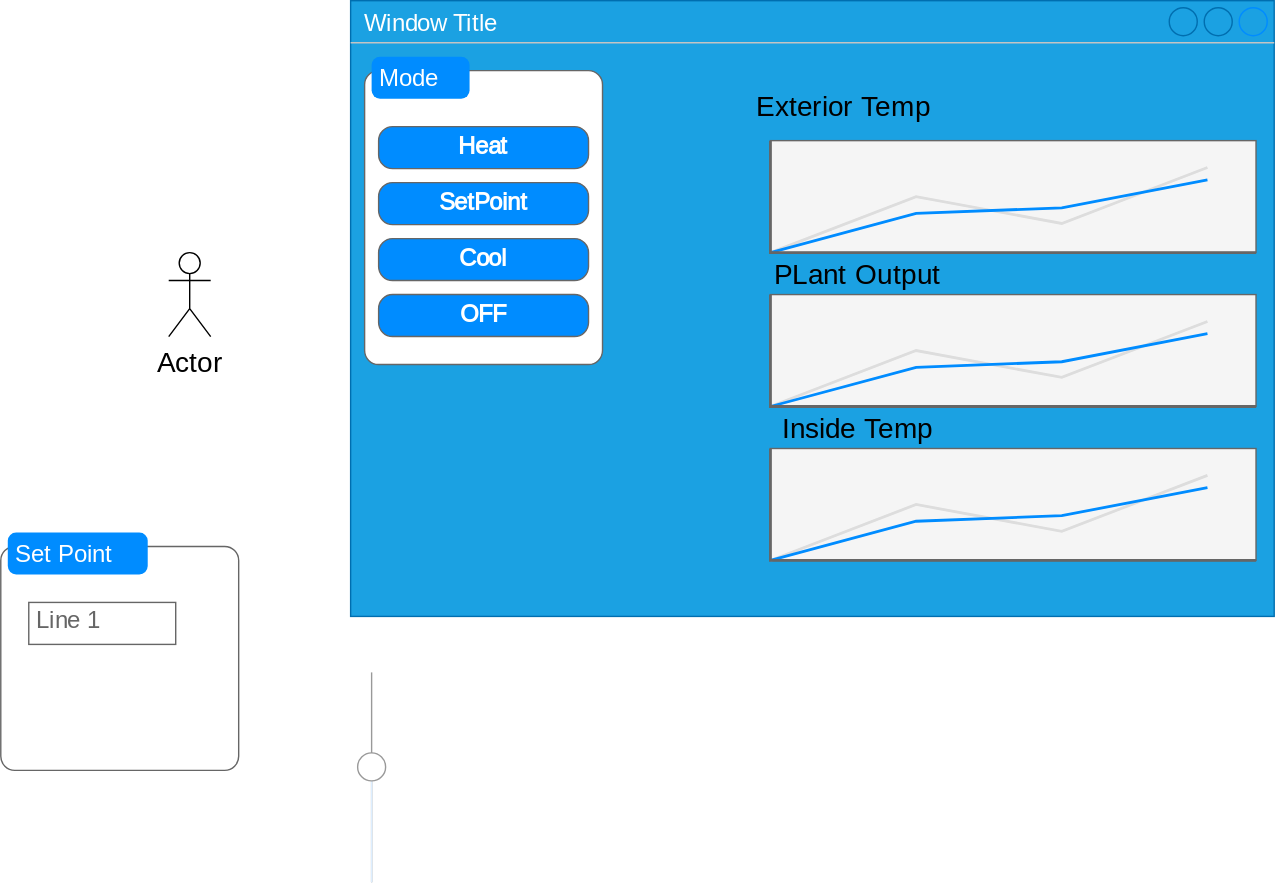
Above: doc/ux.drawio.svg in loumcnamee/state_controller (draw.io), before the change. Source tidied: cells renumbered, new cells last; positions are measured from the earlier drawing's top-left corner, leaving out a move shared by most shapes.
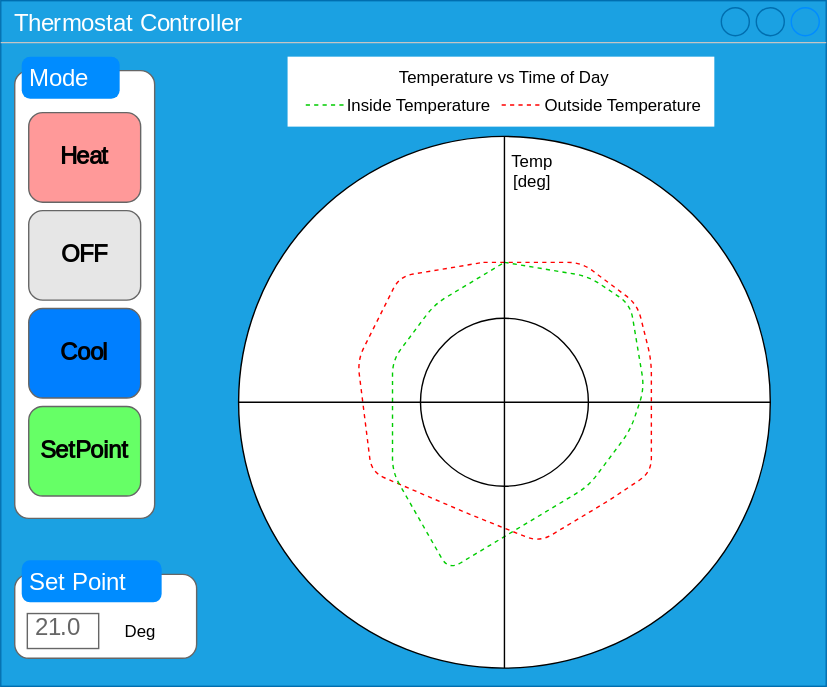
The same file after the commit.

Commit message:
Update GUI mockup for polar plot and revised state machine

What changed in the source:
```diff
@@ -2,59 +2,113 @@
   <root>
     <mxCell id="0" />
     <mxCell id="1" parent="0" />
-    <mxCell id="2" value="Actor" style="shape=umlActor;verticalLabelPosition=bottom;verticalAlign=top;html=1;hachureGap=4;fontFamily=Architects Daughter;fontSource=https%3A%2F%2Ffonts.googleapis.com%2Fcss%3Ffamily%3DArchitects%2BDaughter;fontSize=20;" parent="1" vertex="1">
-      <mxGeometry x="120" y="180" width="30" height="60" as="geometry" />
-    </mxCell>
-    <mxCell id="3" value="Window Title" style="strokeWidth=1;shadow=0;dashed=0;align=center;html=1;shape=mxgraph.mockup.containers.window;align=left;verticalAlign=top;spacingLeft=8;strokeColor2=#008cff;strokeColor3=#c4c4c4;fontColor=#ffffff;mainText=;fontSize=17;labelBackgroundColor=none;hachureGap=4;fontFamily=Architects Daughter;fontSource=https%3A%2F%2Ffonts.googleapis.com%2Fcss%3Ffamily%3DArchitects%2BDaughter;fillColor=#1ba1e2;strokeColor=#006EAF;" parent="1" vertex="1">
-      <mxGeometry x="250" width="660" height="440" as="geometry" />
+    <mxCell id="3" value="Thermostat Controller" style="strokeWidth=1;shadow=0;dashed=0;align=center;html=1;shape=mxgraph.mockup.containers.window;align=left;verticalAlign=top;spacingLeft=8;strokeColor2=#008cff;strokeColor3=#c4c4c4;fontColor=#ffffff;mainText=;fontSize=17;labelBackgroundColor=none;hachureGap=4;fontFamily=Architects Daughter;fontSource=https%3A%2F%2Ffonts.googleapis.com%2Fcss%3Ffamily%3DArchitects%2BDaughter;fillColor=#1ba1e2;strokeColor=#006EAF;" parent="1" vertex="1">
+      <mxGeometry x="250" width="590" height="490" as="geometry" />
     </mxCell>
-    <mxCell id="4" style="verticalLabelPosition=bottom;shadow=0;dashed=0;align=center;html=1;verticalAlign=top;strokeWidth=1;shape=mxgraph.mockup.graphics.lineChart;strokeColor=#666666;strokeColor2=#666666;strokeColor3=#008cff;strokeColor4=#dddddd;hachureGap=4;fontFamily=Architects Daughter;fontSource=https%3A%2F%2Ffonts.googleapis.com%2Fcss%3Ffamily%3DArchitects%2BDaughter;fontSize=20;fillColor=#f5f5f5;fontColor=#333333;" parent="1" vertex="1">
-      <mxGeometry x="550" y="100" width="347" height="80" as="geometry" />
-    </mxCell>
-    <mxCell id="5" style="verticalLabelPosition=bottom;shadow=0;dashed=0;align=center;html=1;verticalAlign=top;strokeWidth=1;shape=mxgraph.mockup.graphics.lineChart;strokeColor=#666666;strokeColor2=#666666;strokeColor3=#008cff;strokeColor4=#dddddd;hachureGap=4;fontFamily=Architects Daughter;fontSource=https%3A%2F%2Ffonts.googleapis.com%2Fcss%3Ffamily%3DArchitects%2BDaughter;fontSize=20;fillColor=#f5f5f5;fontColor=#333333;" parent="1" vertex="1">
-      <mxGeometry x="550" y="210" width="347" height="80" as="geometry" />
-    </mxCell>
-    <mxCell id="6" style="verticalLabelPosition=bottom;shadow=0;dashed=0;align=center;html=1;verticalAlign=top;strokeWidth=1;shape=mxgraph.mockup.graphics.lineChart;strokeColor=#666666;strokeColor2=#666666;strokeColor3=#008cff;strokeColor4=#dddddd;hachureGap=4;fontFamily=Architects Daughter;fontSource=https%3A%2F%2Ffonts.googleapis.com%2Fcss%3Ffamily%3DArchitects%2BDaughter;fontSize=20;fillColor=#f5f5f5;fontColor=#333333;" parent="1" vertex="1">
-      <mxGeometry x="550" y="320" width="347" height="80" as="geometry" />
-    </mxCell>
-    <mxCell id="7" value="Exterior Temp" style="text;html=1;strokeColor=none;fillColor=none;align=center;verticalAlign=middle;whiteSpace=wrap;rounded=0;hachureGap=4;fontFamily=Architects Daughter;fontSource=https%3A%2F%2Ffonts.googleapis.com%2Fcss%3Ffamily%3DArchitects%2BDaughter;fontSize=20;" parent="1" vertex="1">
-      <mxGeometry x="504.5" y="60" width="195" height="30" as="geometry" />
-    </mxCell>
-    <mxCell id="8" value="PLant Output" style="text;html=1;strokeColor=none;fillColor=none;align=center;verticalAlign=middle;whiteSpace=wrap;rounded=0;hachureGap=4;fontFamily=Architects Daughter;fontSource=https%3A%2F%2Ffonts.googleapis.com%2Fcss%3Ffamily%3DArchitects%2BDaughter;fontSize=20;" parent="1" vertex="1">
-      <mxGeometry x="514.5" y="180" width="195" height="30" as="geometry" />
-    </mxCell>
-    <mxCell id="9" value="Inside Temp" style="text;html=1;strokeColor=none;fillColor=none;align=center;verticalAlign=middle;whiteSpace=wrap;rounded=0;hachureGap=4;fontFamily=Architects Daughter;fontSource=https%3A%2F%2Ffonts.googleapis.com%2Fcss%3Ffamily%3DArchitects%2BDaughter;fontSize=20;" parent="1" vertex="1">
-      <mxGeometry x="514.5" y="290" width="195" height="30" as="geometry" />
-    </mxCell>
     <mxCell id="10" style="shape=mxgraph.mockup.containers.marginRect;rectMarginTop=10;strokeColor=#666666;strokeWidth=1;dashed=0;rounded=1;arcSize=5;hachureGap=4;fontFamily=Architects Daughter;fontSource=https%3A%2F%2Ffonts.googleapis.com%2Fcss%3Ffamily%3DArchitects%2BDaughter;fontSize=20;" parent="1" vertex="1">
-      <mxGeometry x="260" y="40" width="170" height="220" as="geometry" />
+      <mxGeometry x="260" y="40" width="100" height="330" as="geometry" />
     </mxCell>
     <mxCell id="11" value="Mode" style="shape=rect;strokeColor=none;fillColor=#008cff;strokeWidth=1;dashed=0;rounded=1;arcSize=20;fontColor=#ffffff;fontSize=17;spacing=2;spacingTop=-2;align=left;spacingLeft=4;perimeter=none;hachureGap=4;fontFamily=Architects Daughter;fontSource=https%3A%2F%2Ffonts.googleapis.com%2Fcss%3Ffamily%3DArchitects%2BDaughter;" parent="10" vertex="1">
       <mxGeometry x="5" width="70" height="30" as="geometry" />
     </mxCell>
-    <mxCell id="12" value="Heat" style="strokeWidth=1;shadow=0;dashed=0;align=center;html=1;shape=mxgraph.mockup.buttons.button;strokeColor=#666666;fontColor=#ffffff;mainText=;buttonStyle=round;fontSize=17;fontStyle=1;fillColor=#008cff;whiteSpace=wrap;hachureGap=4;fontFamily=Architects Daughter;fontSource=https%3A%2F%2Ffonts.googleapis.com%2Fcss%3Ffamily%3DArchitects%2BDaughter;" parent="10" vertex="1">
-      <mxGeometry x="10" y="50" width="150" height="30" as="geometry" />
+    <mxCell id="12" value="Heat" style="strokeWidth=1;shadow=0;dashed=0;align=center;html=1;shape=mxgraph.mockup.buttons.button;strokeColor=#666666;fontColor=#000000;mainText=;buttonStyle=round;fontSize=17;fontStyle=1;fillColor=#FF9999;whiteSpace=wrap;hachureGap=4;fontFamily=Architects Daughter;fontSource=https%3A%2F%2Ffonts.googleapis.com%2Fcss%3Ffamily%3DArchitects%2BDaughter;" parent="10" vertex="1">
+      <mxGeometry x="10" y="40" width="80" height="64" as="geometry" />
     </mxCell>
-    <mxCell id="13" value="Cool" style="strokeWidth=1;shadow=0;dashed=0;align=center;html=1;shape=mxgraph.mockup.buttons.button;strokeColor=#666666;fontColor=#ffffff;mainText=;buttonStyle=round;fontSize=17;fontStyle=1;fillColor=#008cff;whiteSpace=wrap;hachureGap=4;fontFamily=Architects Daughter;fontSource=https%3A%2F%2Ffonts.googleapis.com%2Fcss%3Ffamily%3DArchitects%2BDaughter;" parent="10" vertex="1">
-      <mxGeometry x="10" y="130" width="150" height="30" as="geometry" />
+    <mxCell id="13" value="Cool" style="strokeWidth=1;shadow=0;dashed=0;align=center;html=1;shape=mxgraph.mockup.buttons.button;strokeColor=#666666;fontColor=#000000;mainText=;buttonStyle=round;fontSize=17;fontStyle=1;fillColor=#007FFF;whiteSpace=wrap;hachureGap=4;fontFamily=Architects Daughter;fontSource=https%3A%2F%2Ffonts.googleapis.com%2Fcss%3Ffamily%3DArchitects%2BDaughter;" parent="10" vertex="1">
+      <mxGeometry x="10" y="180" width="80" height="64" as="geometry" />
     </mxCell>
-    <mxCell id="14" value="OFF" style="strokeWidth=1;shadow=0;dashed=0;align=center;html=1;shape=mxgraph.mockup.buttons.button;strokeColor=#666666;fontColor=#ffffff;mainText=;buttonStyle=round;fontSize=17;fontStyle=1;fillColor=#008cff;whiteSpace=wrap;hachureGap=4;fontFamily=Architects Daughter;fontSource=https%3A%2F%2Ffonts.googleapis.com%2Fcss%3Ffamily%3DArchitects%2BDaughter;" parent="10" vertex="1">
-      <mxGeometry x="10" y="170" width="150" height="30" as="geometry" />
+    <mxCell id="14" value="OFF" style="strokeWidth=1;shadow=0;dashed=0;align=center;html=1;shape=mxgraph.mockup.buttons.button;strokeColor=#666666;fontColor=#000000;mainText=;buttonStyle=round;fontSize=17;fontStyle=1;fillColor=#E6E6E6;whiteSpace=wrap;hachureGap=4;fontFamily=Architects Daughter;fontSource=https%3A%2F%2Ffonts.googleapis.com%2Fcss%3Ffamily%3DArchitects%2BDaughter;" parent="10" vertex="1">
+      <mxGeometry x="10" y="110" width="80" height="64" as="geometry" />
     </mxCell>
-    <mxCell id="15" value="SetPoint" style="strokeWidth=1;shadow=0;dashed=0;align=center;html=1;shape=mxgraph.mockup.buttons.button;strokeColor=#666666;fontColor=#ffffff;mainText=;buttonStyle=round;fontSize=17;fontStyle=1;fillColor=#008cff;whiteSpace=wrap;hachureGap=4;fontFamily=Architects Daughter;fontSource=https%3A%2F%2Ffonts.googleapis.com%2Fcss%3Ffamily%3DArchitects%2BDaughter;" parent="10" vertex="1">
-      <mxGeometry x="10" y="90" width="150" height="30" as="geometry" />
+    <mxCell id="15" value="SetPoint" style="strokeWidth=1;shadow=0;dashed=0;align=center;html=1;shape=mxgraph.mockup.buttons.button;strokeColor=#666666;fontColor=#000000;mainText=;buttonStyle=round;fontSize=17;fontStyle=1;fillColor=#66FF66;whiteSpace=wrap;hachureGap=4;fontFamily=Architects Daughter;fontSource=https%3A%2F%2Ffonts.googleapis.com%2Fcss%3Ffamily%3DArchitects%2BDaughter;" parent="10" vertex="1">
+      <mxGeometry x="10" y="250" width="80" height="64" as="geometry" />
     </mxCell>
     <mxCell id="16" style="shape=mxgraph.mockup.containers.marginRect;rectMarginTop=10;strokeColor=#666666;strokeWidth=1;dashed=0;rounded=1;arcSize=5;hachureGap=4;fontFamily=Architects Daughter;fontSource=https%3A%2F%2Ffonts.googleapis.com%2Fcss%3Ffamily%3DArchitects%2BDaughter;fontSize=20;" parent="1" vertex="1">
-      <mxGeometry y="380" width="170" height="170" as="geometry" />
+      <mxGeometry x="260" y="400" width="130" height="70" as="geometry" />
     </mxCell>
     <mxCell id="17" value="Set Point" style="shape=rect;strokeColor=none;fillColor=#008cff;strokeWidth=1;dashed=0;rounded=1;arcSize=20;fontColor=#ffffff;fontSize=17;spacing=2;spacingTop=-2;align=left;spacingLeft=4;perimeter=none;hachureGap=4;fontFamily=Architects Daughter;fontSource=https%3A%2F%2Ffonts.googleapis.com%2Fcss%3Ffamily%3DArchitects%2BDaughter;" parent="16" vertex="1">
       <mxGeometry x="5" width="100" height="30" as="geometry" />
     </mxCell>
-    <mxCell id="18" value="Line 1" style="strokeWidth=1;shadow=0;dashed=0;align=center;html=1;shape=mxgraph.mockup.text.textBox;fontColor=#666666;align=left;fontSize=17;spacingLeft=4;spacingTop=-3;strokeColor=#666666;mainText=;hachureGap=4;fontFamily=Architects Daughter;fontSource=https%3A%2F%2Ffonts.googleapis.com%2Fcss%3Ffamily%3DArchitects%2BDaughter;" parent="16" vertex="1">
-      <mxGeometry x="20" y="50" width="105" height="30" as="geometry" />
+    <mxCell id="18" value="21.0" style="strokeWidth=1;shadow=0;dashed=0;align=center;html=1;shape=mxgraph.mockup.text.textBox;fontColor=#666666;align=left;fontSize=17;spacingLeft=4;spacingTop=-3;strokeColor=#666666;mainText=;hachureGap=4;fontFamily=Architects Daughter;fontSource=https%3A%2F%2Ffonts.googleapis.com%2Fcss%3Ffamily%3DArchitects%2BDaughter;" parent="16" vertex="1">
+      <mxGeometry x="9" y="38" width="51" height="25" as="geometry" />
     </mxCell>
-    <mxCell id="19" style="verticalLabelPosition=bottom;shadow=0;dashed=0;align=center;html=1;verticalAlign=top;strokeWidth=1;shape=mxgraph.mockup.forms.horSlider;strokeColor=#999999;sliderStyle=basic;sliderPos=55.333;handleStyle=circle;fillColor2=#ddeeff;direction=north;" parent="1" vertex="1">
-      <mxGeometry x="250" y="480" width="30" height="150" as="geometry" />
-    </mxCell>
+    <mxCell id="20" value="Deg" style="text;html=1;align=center;verticalAlign=middle;whiteSpace=wrap;rounded=0;" parent="16" vertex="1">
+      <mxGeometry x="60" y="35.5" width="60" height="30" as="geometry" />
+    </mxCell>
+    <mxCell id="21" style="ellipse;whiteSpace=wrap;html=1;" parent="1" vertex="1">
+      <mxGeometry x="420" y="97" width="380" height="380" as="geometry" />
+    </mxCell>
+    <mxCell id="22" style="ellipse;whiteSpace=wrap;html=1;" parent="1" vertex="1">
+      <mxGeometry x="550" y="227" width="120" height="120" as="geometry" />
+    </mxCell>
+    <mxCell id="23" style="endArrow=none;dashed=1;html=1;strokeColor=#FF0000;" parent="1" edge="1">
+      <mxGeometry relative="1" as="geometry">
+        <mxPoint x="595" y="187" as="sourcePoint" />
+        <mxPoint x="595" y="187" as="targetPoint" />
+        <Array as="points">
+          <mxPoint x="665" y="187" />
+          <mxPoint x="705" y="217" />
+          <mxPoint x="715" y="257" />
+          <mxPoint x="715" y="297" />
+          <mxPoint x="715" y="337" />
+          <mxPoint x="685" y="357" />
+          <mxPoint x="635" y="387" />
+          <mxPoint x="585" y="367" />
+          <mxPoint x="515" y="337" />
+          <mxPoint x="505" y="257" />
+          <mxPoint x="535" y="197" />
+        </Array>
+      </mxGeometry>
+    </mxCell>
+    <mxCell id="24" style="endArrow=none;dashed=1;html=1;strokeColor=#00CC00;" parent="1" edge="1">
+      <mxGeometry relative="1" as="geometry">
+        <mxPoint x="610" y="187" as="sourcePoint" />
+        <mxPoint x="610" y="187" as="targetPoint" />
+        <Array as="points">
+          <mxPoint x="670" y="197" />
+          <mxPoint x="700" y="217" />
+          <mxPoint x="710" y="277" />
+          <mxPoint x="700" y="307" />
+          <mxPoint x="670" y="347" />
+          <mxPoint x="570" y="407" />
+          <mxPoint x="530" y="337" />
+          <mxPoint x="530" y="257" />
+          <mxPoint x="560" y="217" />
+        </Array>
+      </mxGeometry>
+    </mxCell>
+    <mxCell id="25" style="endArrow=none;html=1;entryX=0.5;entryY=0;entryDx=0;entryDy=0;exitX=0.5;exitY=1;exitDx=0;exitDy=0;" parent="1" edge="1" source="21" target="21">
+      <mxGeometry relative="1" as="geometry" />
+    </mxCell>
+    <mxCell id="26" style="endArrow=none;html=1;entryX=1;entryY=0.5;entryDx=0;entryDy=0;exitX=0;exitY=0.5;exitDx=0;exitDy=0;" parent="1" edge="1" source="21" target="21">
+      <mxGeometry relative="1" as="geometry" />
+    </mxCell>
+    <mxCell id="27" value="Temp [deg]" style="text;html=1;align=center;verticalAlign=middle;whiteSpace=wrap;rounded=0;" parent="1" vertex="1">
+      <mxGeometry x="600" y="107" width="60" height="30" as="geometry" />
+    </mxCell>
+    <mxCell id="28" style="rounded=0;whiteSpace=wrap;html=1;fillColor=#FFFFFF;strokeColor=none;" parent="1" vertex="1">
+      <mxGeometry x="455" y="40" width="305" height="50" as="geometry" />
+    </mxCell>
+    <mxCell id="29" value="Temperature vs Time of Day" style="text;html=1;align=center;verticalAlign=middle;whiteSpace=wrap;rounded=0;labelBackgroundColor=default;" parent="1" vertex="1">
+      <mxGeometry x="515" y="40" width="190" height="30" as="geometry" />
+    </mxCell>
+    <mxCell id="30" value="Inside Temperature" style="text;html=1;align=center;verticalAlign=middle;whiteSpace=wrap;rounded=0;labelBackgroundColor=default;" parent="1" vertex="1">
+      <mxGeometry x="489" y="60" width="120" height="30" as="geometry" />
+    </mxCell>
+    <mxCell id="31" value="Outside Temperature" style="text;html=1;align=center;verticalAlign=middle;whiteSpace=wrap;rounded=0;labelBackgroundColor=default;" parent="1" vertex="1">
+      <mxGeometry x="635" y="60" width="120" height="30" as="geometry" />
+    </mxCell>
+    <mxCell id="32" style="endArrow=none;dashed=1;html=1;strokeColor=#00CC00;" parent="1" edge="1">
+      <mxGeometry relative="1" as="geometry">
+        <mxPoint x="495" y="74.5" as="sourcePoint" />
+        <mxPoint x="465" y="74.5" as="targetPoint" />
+      </mxGeometry>
+    </mxCell>
+    <mxCell id="33" style="endArrow=none;dashed=1;html=1;strokeColor=#FF0000;" parent="1" edge="1">
+      <mxGeometry relative="1" as="geometry">
+        <mxPoint x="635" y="74.5" as="sourcePoint" />
+        <mxPoint x="605" y="74.5" as="targetPoint" />
+      </mxGeometry>
+    </mxCell>
   </root>
 </mxGraphModel>
```
